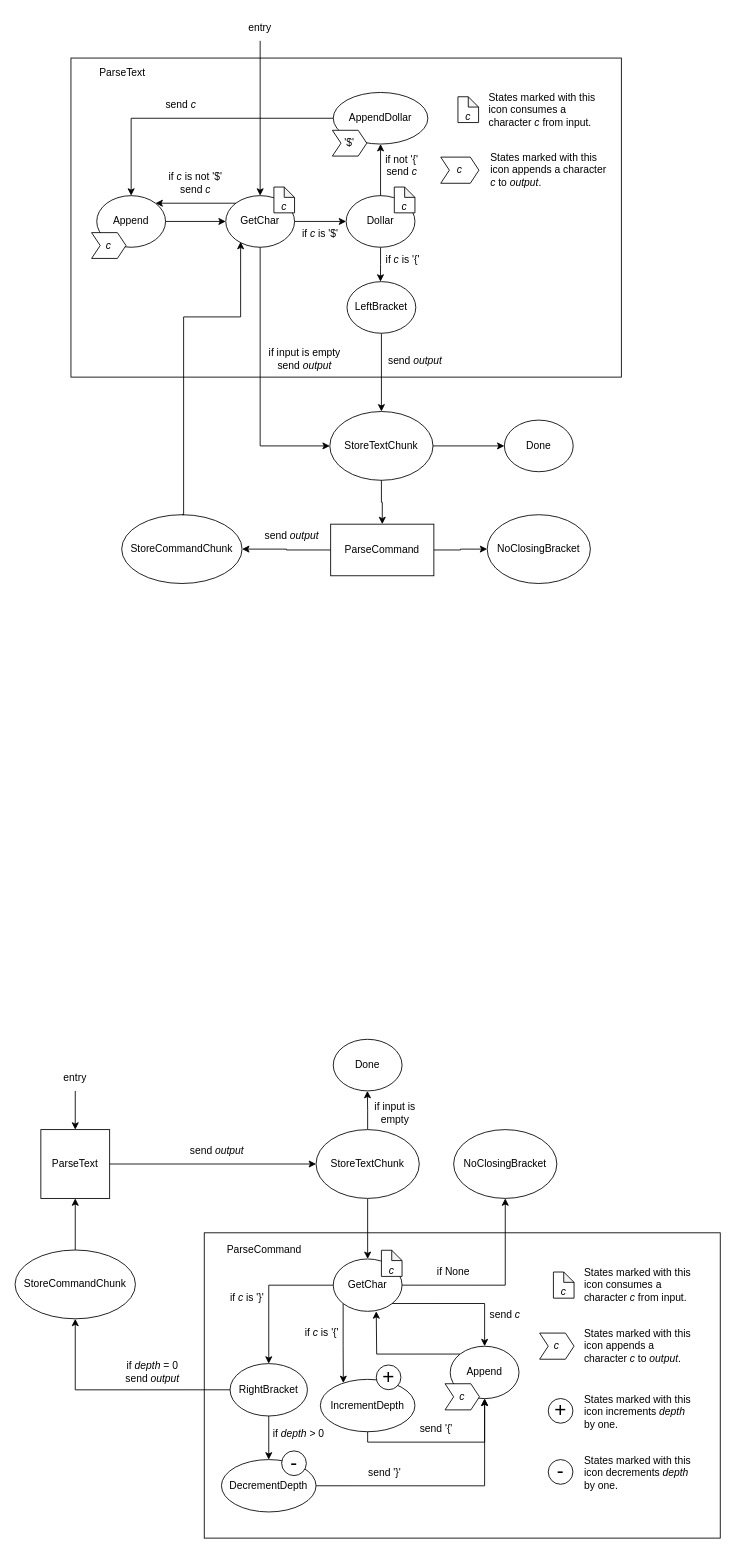
Earlier version of the draw.io diagram prepro.drawio (felixnaredi/prepro). Source tidied: cells renumbered, new cells numbered last; positions are measured from the earlier drawing's top-left corner, leaving out a move shared by most shapes. Both pictures are drawn from the tidied source at 86%, with x=0, y=0 at pixel (15, 15).
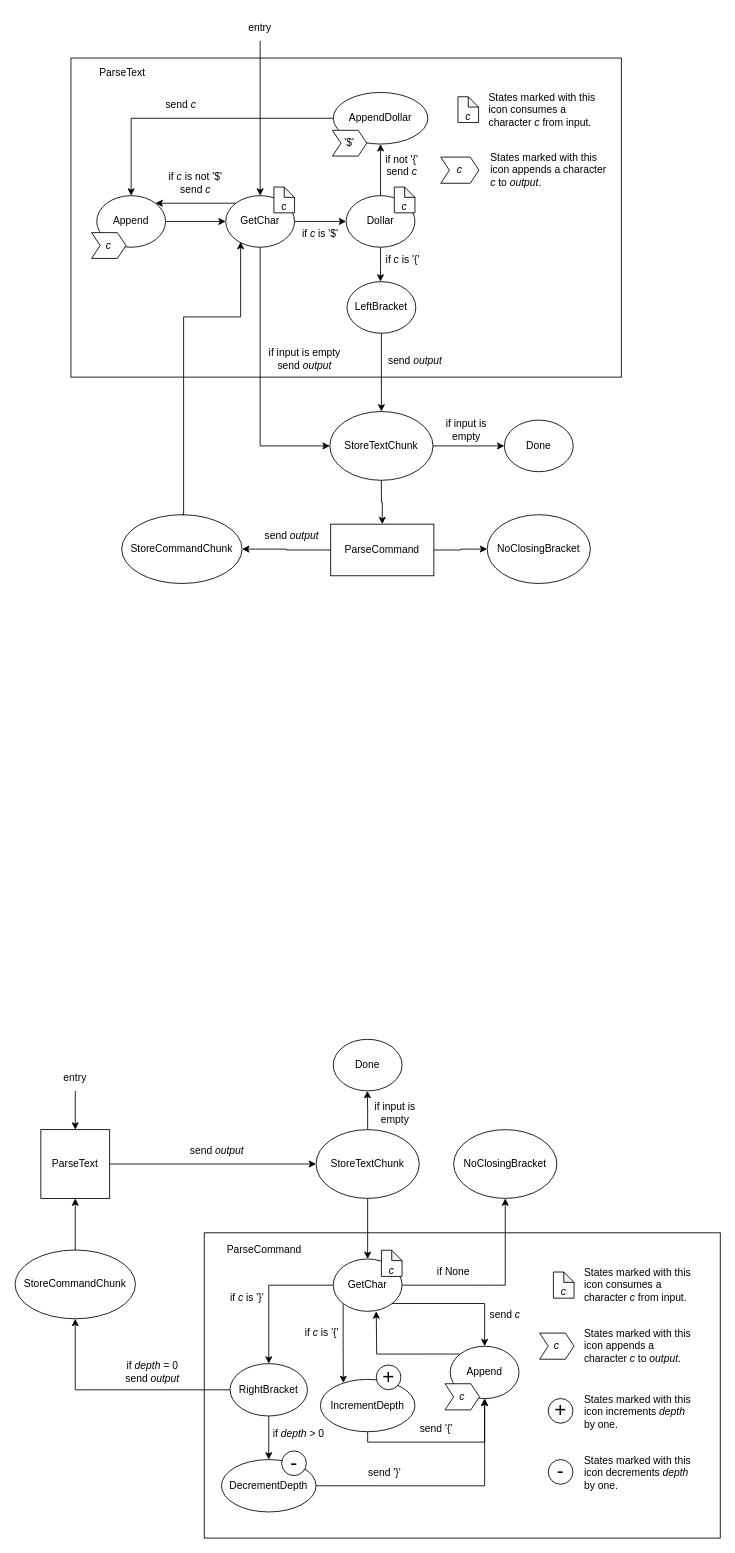
The same page after the edit.

Unchanged cells that the change refers to:
```xml
<mxCell id="54" style="group;" parent="1" vertex="1">
  <mxGeometry x="65" width="640" height="661" as="geometry" />
</mxCell>
```

Change to the diagram source:
```diff
@@
+    <mxCell id="104" value="if input is empty" style="text;html=1;strokeColor=none;fillColor=none;align=center;verticalAlign=middle;whiteSpace=wrap;rounded=0;" parent="54" vertex="1">
+      <mxGeometry x="430" y="468" width="60" height="30" as="geometry" />
+    </mxCell>
```
